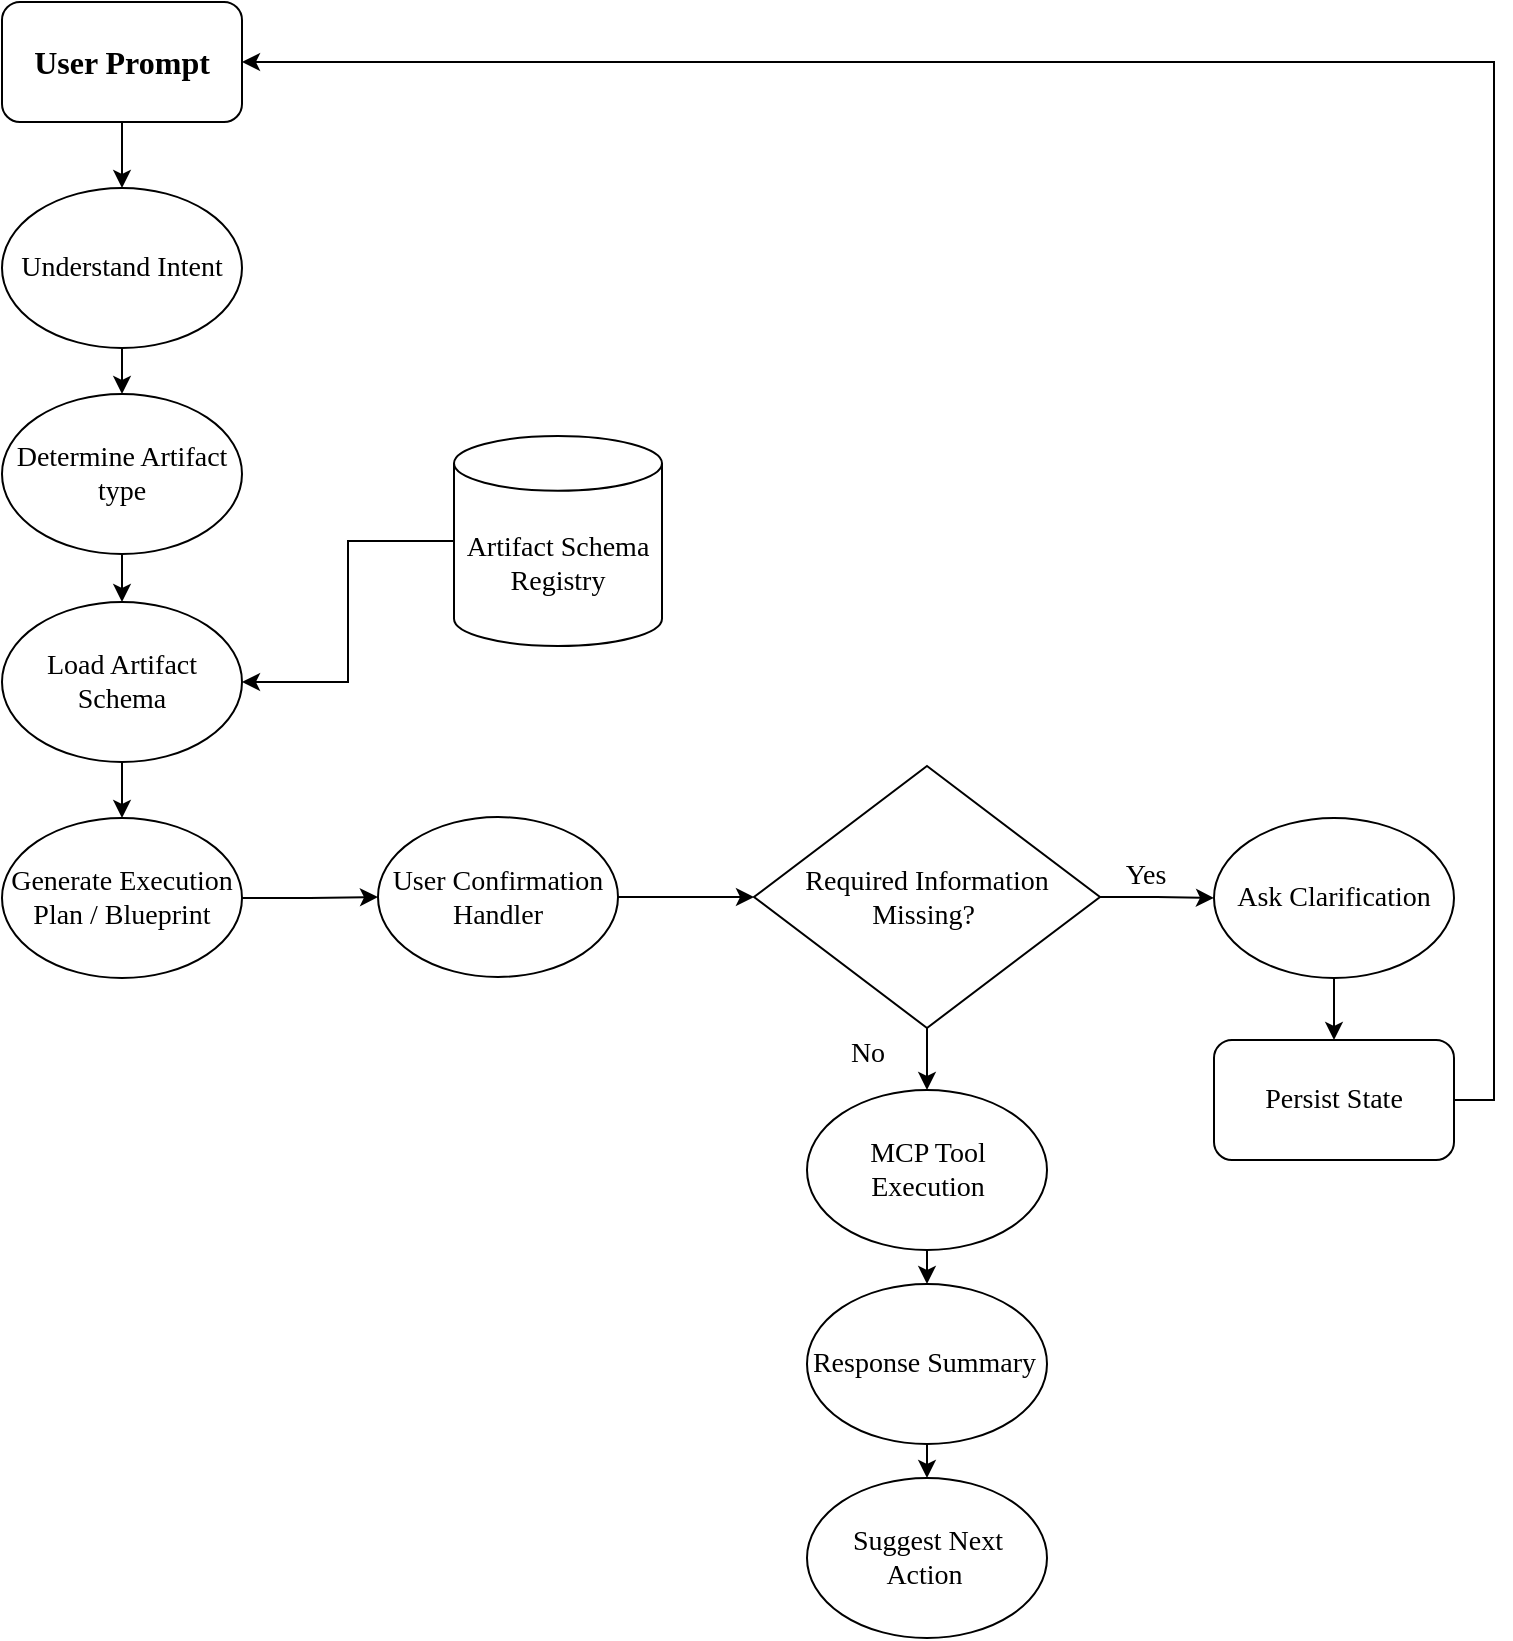
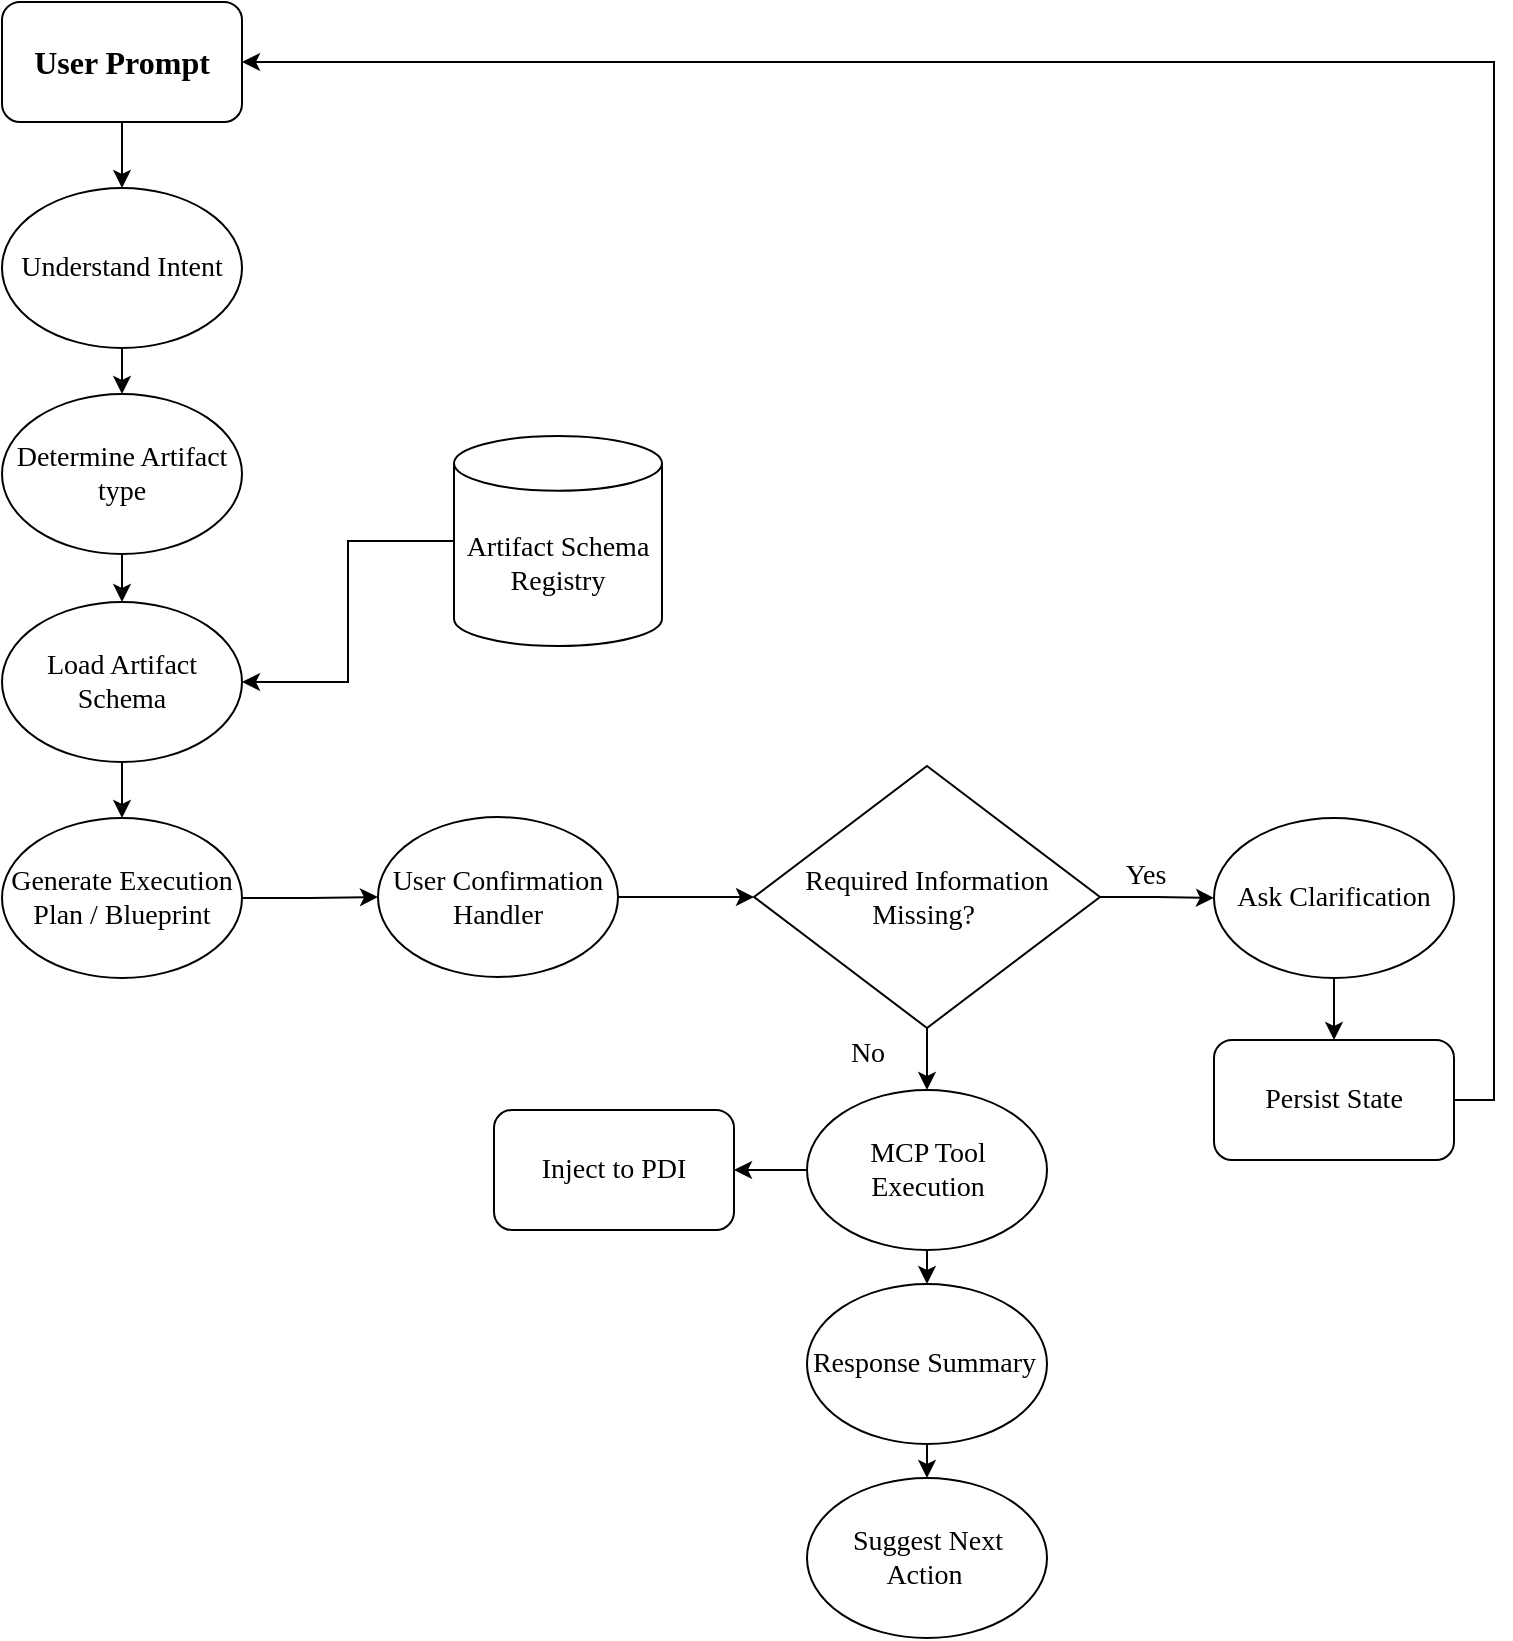
<mxfile host="app.diagrams.net">
  <diagram name="Page-1" id="b4t-OHUZPeLjAcX_frFG">
-     <mxGraphModel dx="1106" dy="720" grid="0" gridSize="10" guides="1" tooltips="1" connect="1" arrows="1" fold="1" page="1" pageScale="1" pageWidth="850" pageHeight="1100" math="0" shadow="0">
+     <mxGraphModel dx="1032" dy="672" grid="0" gridSize="10" guides="1" tooltips="1" connect="1" arrows="1" fold="1" page="1" pageScale="1" pageWidth="850" pageHeight="1100" math="0" shadow="0">
      <root>
        <mxCell id="0" />
        <mxCell id="1" parent="0" />
        <mxCell id="P_YzglyMpul9Apfuinjc-12" edge="1" parent="1" source="P_YzglyMpul9Apfuinjc-1" style="edgeStyle=orthogonalEdgeStyle;rounded=0;orthogonalLoop=1;jettySize=auto;html=1;exitX=0.5;exitY=1;exitDx=0;exitDy=0;entryX=0.5;entryY=0;entryDx=0;entryDy=0;" target="P_YzglyMpul9Apfuinjc-3">
          <mxGeometry relative="1" as="geometry" />
        </mxCell>
        <mxCell id="P_YzglyMpul9Apfuinjc-1" parent="1" style="rounded=1;whiteSpace=wrap;html=1;fontFamily=Times New Roman;fontStyle=1;fontSize=16;" value="User Prompt" vertex="1">
          <mxGeometry height="60" width="120" x="137" y="35" as="geometry" />
        </mxCell>
        <mxCell id="P_YzglyMpul9Apfuinjc-21" edge="1" parent="1" source="P_YzglyMpul9Apfuinjc-3" style="edgeStyle=orthogonalEdgeStyle;rounded=0;orthogonalLoop=1;jettySize=auto;html=1;exitX=0.5;exitY=1;exitDx=0;exitDy=0;entryX=0.5;entryY=0;entryDx=0;entryDy=0;" target="P_YzglyMpul9Apfuinjc-15">
          <mxGeometry relative="1" as="geometry" />
        </mxCell>
        <mxCell id="P_YzglyMpul9Apfuinjc-3" parent="1" style="ellipse;whiteSpace=wrap;html=1;fontFamily=Times New Roman;fontSize=14;" value="Understand Intent" vertex="1">
          <mxGeometry height="80" width="120" x="137" y="128" as="geometry" />
        </mxCell>
        <mxCell id="P_YzglyMpul9Apfuinjc-34" edge="1" parent="1" source="P_YzglyMpul9Apfuinjc-4" style="edgeStyle=orthogonalEdgeStyle;rounded=0;orthogonalLoop=1;jettySize=auto;html=1;exitX=0.5;exitY=1;exitDx=0;exitDy=0;entryX=0.5;entryY=0;entryDx=0;entryDy=0;" target="P_YzglyMpul9Apfuinjc-33">
          <mxGeometry relative="1" as="geometry" />
        </mxCell>
        <mxCell id="P_YzglyMpul9Apfuinjc-4" parent="1" style="ellipse;whiteSpace=wrap;html=1;fontFamily=Times New Roman;fontSize=14;" value="Ask Clarification" vertex="1">
          <mxGeometry height="80" width="120" x="743" y="443" as="geometry" />
        </mxCell>
        <mxCell id="P_YzglyMpul9Apfuinjc-31" edge="1" parent="1" source="P_YzglyMpul9Apfuinjc-6" style="edgeStyle=orthogonalEdgeStyle;rounded=0;orthogonalLoop=1;jettySize=auto;html=1;exitX=1;exitY=0.5;exitDx=0;exitDy=0;" target="P_YzglyMpul9Apfuinjc-7">
          <mxGeometry relative="1" as="geometry" />
        </mxCell>
        <mxCell id="P_YzglyMpul9Apfuinjc-6" parent="1" style="ellipse;whiteSpace=wrap;html=1;fontFamily=Times New Roman;fontSize=14;" value="Generate Execution Plan / Blueprint" vertex="1">
          <mxGeometry height="80" width="120" x="137" y="443" as="geometry" />
        </mxCell>
        <mxCell id="P_YzglyMpul9Apfuinjc-32" edge="1" parent="1" source="P_YzglyMpul9Apfuinjc-7" style="edgeStyle=orthogonalEdgeStyle;rounded=0;orthogonalLoop=1;jettySize=auto;html=1;exitX=1;exitY=0.5;exitDx=0;exitDy=0;entryX=0;entryY=0.5;entryDx=0;entryDy=0;" target="P_YzglyMpul9Apfuinjc-25">
          <mxGeometry relative="1" as="geometry" />
        </mxCell>
        <mxCell id="P_YzglyMpul9Apfuinjc-7" parent="1" style="ellipse;whiteSpace=wrap;html=1;fontFamily=Times New Roman;fontSize=14;" value="User Confirmation Handler" vertex="1">
          <mxGeometry height="80" width="120" x="325" y="442.5" as="geometry" />
        </mxCell>
        <mxCell id="P_YzglyMpul9Apfuinjc-38" edge="1" parent="1" source="P_YzglyMpul9Apfuinjc-9" style="edgeStyle=orthogonalEdgeStyle;rounded=0;orthogonalLoop=1;jettySize=auto;html=1;exitX=0.5;exitY=1;exitDx=0;exitDy=0;entryX=0.5;entryY=0;entryDx=0;entryDy=0;" target="P_YzglyMpul9Apfuinjc-10">
          <mxGeometry relative="1" as="geometry" />
        </mxCell>
        <mxCell id="P_YzglyMpul9Apfuinjc-9" parent="1" style="ellipse;whiteSpace=wrap;html=1;fontFamily=Times New Roman;fontSize=14;" value="MCP Tool Execution" vertex="1">
          <mxGeometry height="80" width="120" x="539.5" y="579" as="geometry" />
        </mxCell>
        <mxCell id="P_YzglyMpul9Apfuinjc-39" edge="1" parent="1" source="P_YzglyMpul9Apfuinjc-10" style="edgeStyle=orthogonalEdgeStyle;rounded=0;orthogonalLoop=1;jettySize=auto;html=1;exitX=0.5;exitY=1;exitDx=0;exitDy=0;entryX=0.5;entryY=0;entryDx=0;entryDy=0;" target="P_YzglyMpul9Apfuinjc-11">
          <mxGeometry relative="1" as="geometry" />
        </mxCell>
        <mxCell id="P_YzglyMpul9Apfuinjc-10" parent="1" style="ellipse;whiteSpace=wrap;html=1;fontFamily=Times New Roman;fontSize=14;" value="Response Summary&amp;nbsp;" vertex="1">
          <mxGeometry height="80" width="120" x="539.5" y="676" as="geometry" />
        </mxCell>
        <mxCell id="P_YzglyMpul9Apfuinjc-11" parent="1" style="ellipse;whiteSpace=wrap;html=1;fontFamily=Times New Roman;fontSize=14;" value="Suggest Next Action&amp;nbsp;" vertex="1">
          <mxGeometry height="80" width="120" x="539.5" y="773" as="geometry" />
        </mxCell>
        <mxCell id="P_YzglyMpul9Apfuinjc-22" edge="1" parent="1" source="P_YzglyMpul9Apfuinjc-15" style="edgeStyle=orthogonalEdgeStyle;rounded=0;orthogonalLoop=1;jettySize=auto;html=1;exitX=0.5;exitY=1;exitDx=0;exitDy=0;entryX=0.5;entryY=0;entryDx=0;entryDy=0;" target="P_YzglyMpul9Apfuinjc-16">
          <mxGeometry relative="1" as="geometry" />
        </mxCell>
        <mxCell id="P_YzglyMpul9Apfuinjc-15" parent="1" style="ellipse;whiteSpace=wrap;html=1;fontFamily=Times New Roman;fontSize=14;" value="&lt;span&gt;Determine Artifact type&lt;/span&gt;" vertex="1">
          <mxGeometry height="80" width="120" x="137" y="231" as="geometry" />
        </mxCell>
        <mxCell id="P_YzglyMpul9Apfuinjc-23" edge="1" parent="1" source="P_YzglyMpul9Apfuinjc-16" style="edgeStyle=orthogonalEdgeStyle;rounded=0;orthogonalLoop=1;jettySize=auto;html=1;exitX=0.5;exitY=1;exitDx=0;exitDy=0;entryX=0.5;entryY=0;entryDx=0;entryDy=0;" target="P_YzglyMpul9Apfuinjc-6">
          <mxGeometry relative="1" as="geometry" />
        </mxCell>
        <mxCell id="P_YzglyMpul9Apfuinjc-16" parent="1" style="ellipse;whiteSpace=wrap;html=1;fontFamily=Times New Roman;fontSize=14;" value="&lt;span&gt;Load Artifact Schema&lt;/span&gt;" vertex="1">
          <mxGeometry height="80" width="120" x="137" y="335" as="geometry" />
        </mxCell>
        <mxCell id="P_YzglyMpul9Apfuinjc-24" edge="1" parent="1" source="P_YzglyMpul9Apfuinjc-19" style="edgeStyle=orthogonalEdgeStyle;rounded=0;orthogonalLoop=1;jettySize=auto;html=1;exitX=0;exitY=0.5;exitDx=0;exitDy=0;exitPerimeter=0;entryX=1;entryY=0.5;entryDx=0;entryDy=0;" target="P_YzglyMpul9Apfuinjc-16">
          <mxGeometry relative="1" as="geometry" />
        </mxCell>
        <mxCell id="P_YzglyMpul9Apfuinjc-19" parent="1" style="shape=cylinder3;whiteSpace=wrap;html=1;boundedLbl=1;backgroundOutline=1;size=13.666625976562429;fontFamily=Times New Roman;fontSize=14;" value="Artifact Schema Registry" vertex="1">
          <mxGeometry height="105" width="104" x="363" y="252" as="geometry" />
        </mxCell>
        <mxCell id="P_YzglyMpul9Apfuinjc-27" edge="1" parent="1" source="P_YzglyMpul9Apfuinjc-25" style="edgeStyle=orthogonalEdgeStyle;rounded=0;orthogonalLoop=1;jettySize=auto;html=1;exitX=1;exitY=0.5;exitDx=0;exitDy=0;entryX=0;entryY=0.5;entryDx=0;entryDy=0;" target="P_YzglyMpul9Apfuinjc-4">
          <mxGeometry relative="1" as="geometry" />
        </mxCell>
        <mxCell id="P_YzglyMpul9Apfuinjc-37" edge="1" parent="1" source="P_YzglyMpul9Apfuinjc-25" style="edgeStyle=orthogonalEdgeStyle;rounded=0;orthogonalLoop=1;jettySize=auto;html=1;exitX=0.5;exitY=1;exitDx=0;exitDy=0;entryX=0.5;entryY=0;entryDx=0;entryDy=0;" target="P_YzglyMpul9Apfuinjc-9">
          <mxGeometry relative="1" as="geometry" />
        </mxCell>
        <mxCell id="P_YzglyMpul9Apfuinjc-25" parent="1" style="rhombus;html=1;fontFamily=Times New Roman;fontSize=14;whiteSpace=wrap;verticalAlign=middle;align=center;" value="&lt;div&gt;Required Information Missing?&amp;nbsp;&lt;/div&gt;" vertex="1">
          <mxGeometry height="131" width="173" x="513" y="417" as="geometry" />
        </mxCell>
        <mxCell id="P_YzglyMpul9Apfuinjc-28" parent="1" style="text;html=1;whiteSpace=wrap;strokeColor=none;fillColor=none;align=center;verticalAlign=middle;rounded=0;fontFamily=Times New Roman;fontSize=14;" value="Yes" vertex="1">
          <mxGeometry height="30" width="60" x="679" y="457" as="geometry" />
        </mxCell>
        <mxCell id="P_YzglyMpul9Apfuinjc-29" parent="1" style="text;html=1;whiteSpace=wrap;strokeColor=none;fillColor=none;align=center;verticalAlign=middle;rounded=0;fontFamily=Times New Roman;fontSize=14;" value="No" vertex="1">
          <mxGeometry height="30" width="60" x="539.5" y="546" as="geometry" />
        </mxCell>
        <mxCell id="P_YzglyMpul9Apfuinjc-35" edge="1" parent="1" source="P_YzglyMpul9Apfuinjc-33" style="edgeStyle=orthogonalEdgeStyle;rounded=0;orthogonalLoop=1;jettySize=auto;html=1;exitX=1;exitY=0.5;exitDx=0;exitDy=0;entryX=1;entryY=0.5;entryDx=0;entryDy=0;" target="P_YzglyMpul9Apfuinjc-1">
          <mxGeometry relative="1" as="geometry" />
        </mxCell>
        <mxCell id="P_YzglyMpul9Apfuinjc-33" parent="1" style="rounded=1;whiteSpace=wrap;html=1;fontFamily=Times New Roman;fontSize=14;" value="Persist State" vertex="1">
          <mxGeometry height="60" width="120" x="743" y="554" as="geometry" />
        </mxCell>
+         <mxCell id="P_YzglyMpul9Apfuinjc-40" parent="1" style="rounded=1;whiteSpace=wrap;html=1;fontFamily=Times New Roman;fontSize=14;" value="Inject to PDI" vertex="1">
+           <mxGeometry height="60" width="120" x="383" y="589" as="geometry" />
+         </mxCell>
+         <mxCell id="P_YzglyMpul9Apfuinjc-41" edge="1" parent="1" source="P_YzglyMpul9Apfuinjc-9" style="edgeStyle=orthogonalEdgeStyle;rounded=0;orthogonalLoop=1;jettySize=auto;html=1;exitX=0;exitY=0.5;exitDx=0;exitDy=0;" target="P_YzglyMpul9Apfuinjc-40">
+           <mxGeometry relative="1" as="geometry" />
+         </mxCell>
      </root>
    </mxGraphModel>
  </diagram>
</mxfile>
